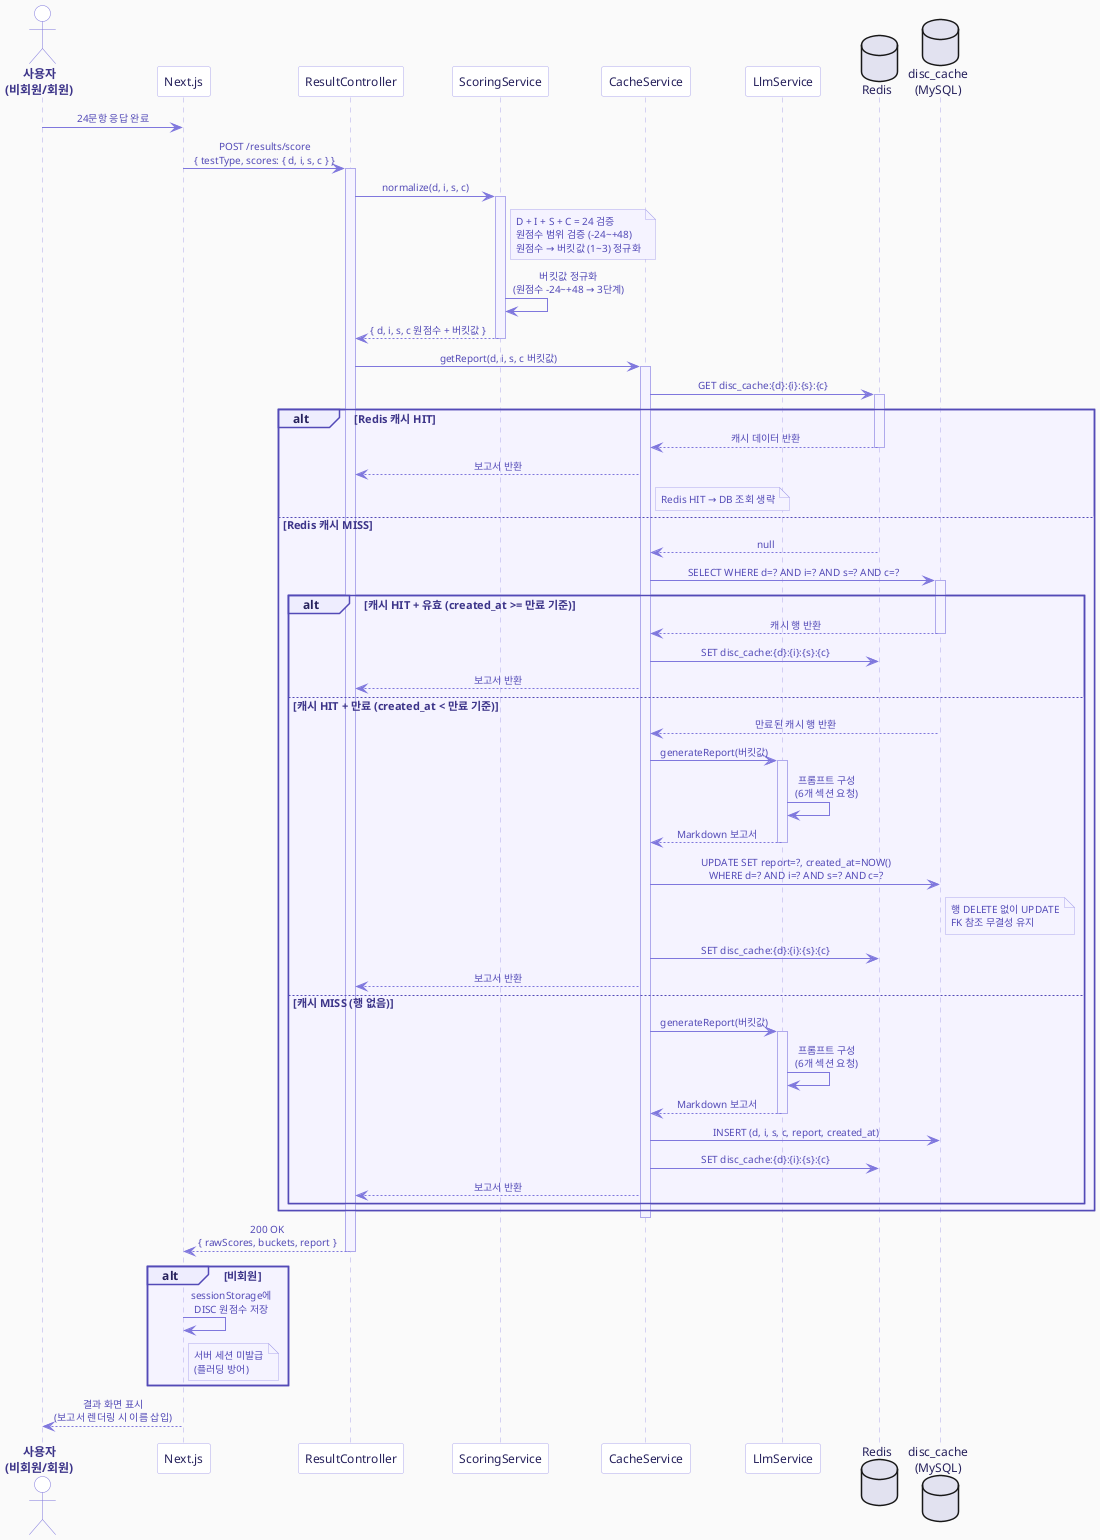
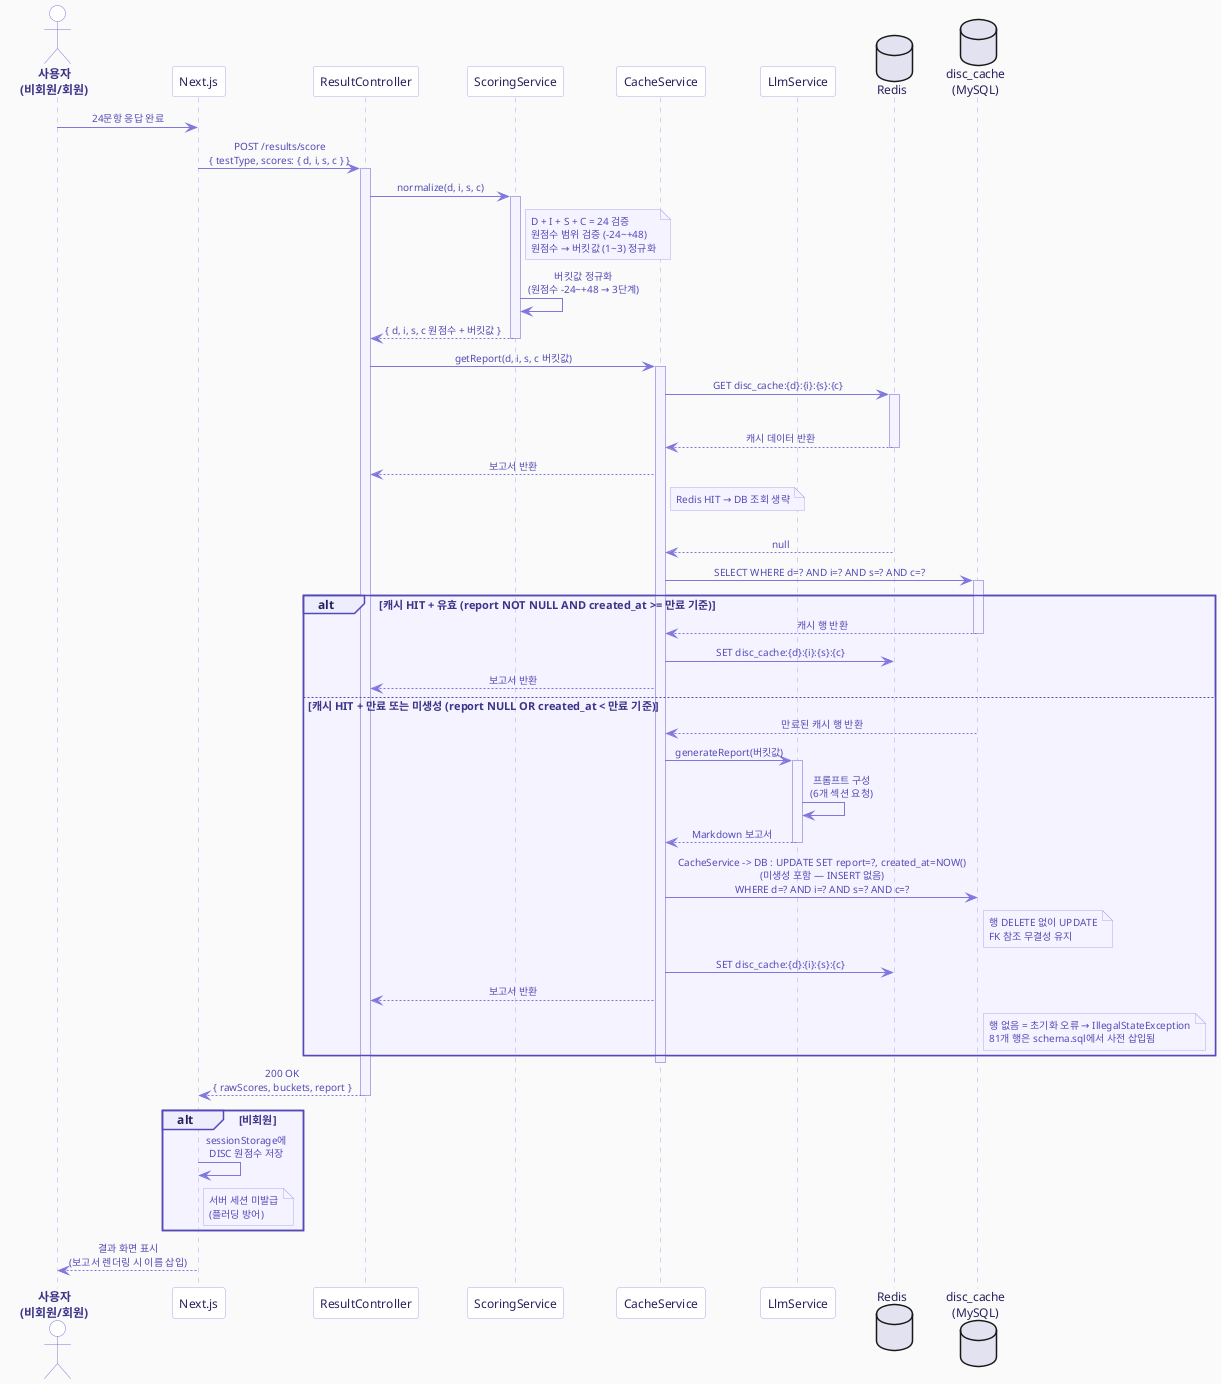
@startuml MyCPT_Sequence_Scoring

skinparam backgroundColor #FAFAFA
skinparam defaultFontName "Apple SD Gothic Neo, sans-serif"
skinparam defaultFontSize 12
skinparam defaultFontColor #26215C
skinparam sequenceMessageAlign center

skinparam participant {
  BackgroundColor #FFFFFF
  BorderColor #AFA9EC
  FontColor #26215C
  FontSize 12
}

skinparam actor {
  BackgroundColor #FFFFFF
  BorderColor #7F77DD
  FontColor #3C3489
  FontSize 12
  FontStyle bold
}

skinparam sequence {
  ArrowColor #7F77DD
  ArrowFontColor #534AB7
  ArrowFontSize 10
  LifeLineBorderColor #AFA9EC
  LifeLineBackgroundColor #F5F3FF
  GroupBorderColor #534AB7
  GroupBackgroundColor #EEEDFE
  GroupFontColor #3C3489
  GroupFontSize 11
  GroupBodyBackgroundColor #F5F3FF
  DividerBackgroundColor #EEEDFE
  DividerBorderColor #534AB7
  DividerFontColor #3C3489
  ReferenceBackgroundColor #EEF6FF
  ReferenceBorderColor #534AB7
}

skinparam note {
  BackgroundColor #F5F3FF
  BorderColor #AFA9EC
  FontColor #534AB7
  FontSize 10
}

actor "사용자\n(비회원/회원)" as User
participant "Next.js" as Client
participant "ResultController" as Controller
participant "ScoringService" as Scoring
participant "CacheService" as CacheService
participant "LlmService" as Llm
database "Redis" as Redis
database "disc_cache\n(MySQL)" as DB

User -> Client : 24문항 응답 완료

Client -> Controller : POST /results/score\n{ testType, scores: { d, i, s, c } }
activate Controller

Controller -> Scoring : normalize(d, i, s, c)
activate Scoring

note right of Scoring
  D + I + S + C = 24 검증
  원점수 범위 검증 (-24~+48)
  원점수 → 버킷값 (1~3) 정규화
end note

Scoring -> Scoring : 버킷값 정규화\n(원점수 -24~+48 → 3단계)
Scoring --> Controller : { d, i, s, c 원점수 + 버킷값 }
deactivate Scoring

Controller -> CacheService : getReport(d, i, s, c 버킷값)
activate CacheService

CacheService -> Redis : GET disc_cache:{d}:{i}:{s}:{c}
activate Redis

alt Redis 캐시 HIT
  Redis --> CacheService : 캐시 데이터 반환
  deactivate Redis
  CacheService --> Controller : 보고서 반환
  note right of CacheService : Redis HIT → DB 조회 생략

else Redis 캐시 MISS
  Redis --> CacheService : null
  deactivate Redis

  CacheService -> DB : SELECT WHERE d=? AND i=? AND s=? AND c=?
  activate DB

-   alt 캐시 HIT + 유효 (created_at >= 만료 기준)
+   alt 캐시 HIT + 유효 (report NOT NULL AND created_at >= 만료 기준)
    DB --> CacheService : 캐시 행 반환
    deactivate DB
    CacheService -> Redis : SET disc_cache:{d}:{i}:{s}:{c}
    CacheService --> Controller : 보고서 반환

-   else 캐시 HIT + 만료 (created_at < 만료 기준)
+   else 캐시 HIT + 만료 또는 미생성 (report NULL OR created_at < 만료 기준)
    DB --> CacheService : 만료된 캐시 행 반환
    deactivate DB
    CacheService -> Llm : generateReport(버킷값)
    activate Llm
    Llm -> Llm : 프롬프트 구성\n(6개 섹션 요청)
    Llm --> CacheService : Markdown 보고서
    deactivate Llm
-     CacheService -> DB : UPDATE SET report=?, created_at=NOW()\nWHERE d=? AND i=? AND s=? AND c=?
+     CacheService -> DB : CacheService -> DB : UPDATE SET report=?, created_at=NOW()\n(미생성 포함 — INSERT 없음)\nWHERE d=? AND i=? AND s=? AND c=?
    note right of DB : 행 DELETE 없이 UPDATE\nFK 참조 무결성 유지
    CacheService -> Redis : SET disc_cache:{d}:{i}:{s}:{c}
    CacheService --> Controller : 보고서 반환

-   else 캐시 MISS (행 없음)
-     CacheService -> Llm : generateReport(버킷값)
-     activate Llm
-     Llm -> Llm : 프롬프트 구성\n(6개 섹션 요청)
-     Llm --> CacheService : Markdown 보고서
-     deactivate Llm
-     CacheService -> DB : INSERT (d, i, s, c, report, created_at)
-     CacheService -> Redis : SET disc_cache:{d}:{i}:{s}:{c}
-     CacheService --> Controller : 보고서 반환
-   end
+   note right of DB
+     행 없음 = 초기화 오류 → IllegalStateException
+     81개 행은 schema.sql에서 사전 삽입됨
+   end note

end

deactivate CacheService

Controller --> Client : 200 OK\n{ rawScores, buckets, report }
deactivate Controller

alt 비회원
  Client -> Client : sessionStorage에\nDISC 원점수 저장
  note right of Client
    서버 세션 미발급
    (플러딩 방어)
  end note
end

Client --> User : 결과 화면 표시\n(보고서 렌더링 시 이름 삽입)

@enduml